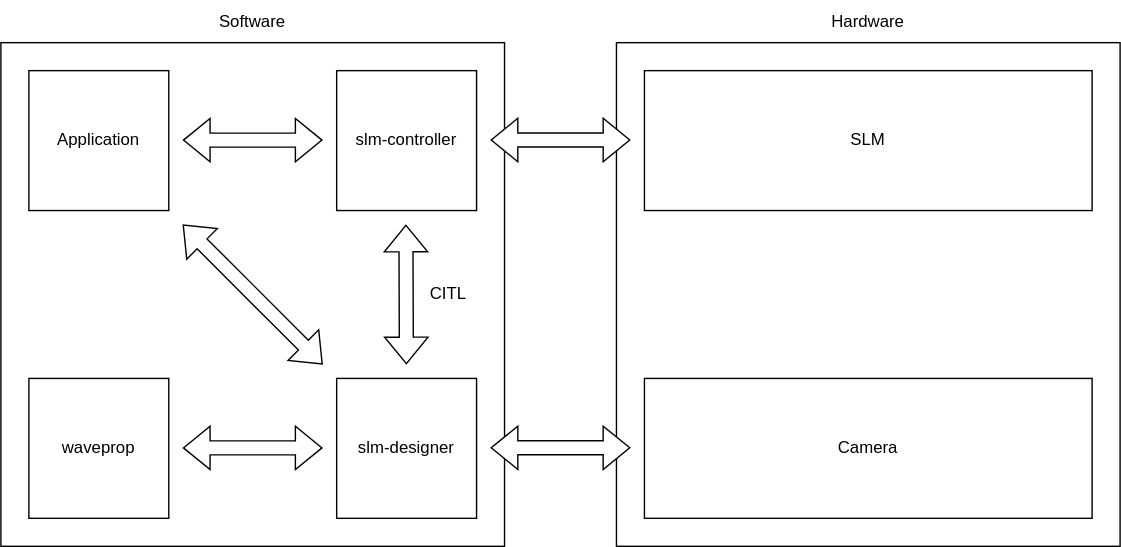
The draw.io diagram documentation/images/structure.svg in nbaehler/mask-designer, before a commit. Source tidied: cells renumbered, new cells last; positions are measured from the earlier drawing's top-left corner, leaving out a move shared by most shapes.
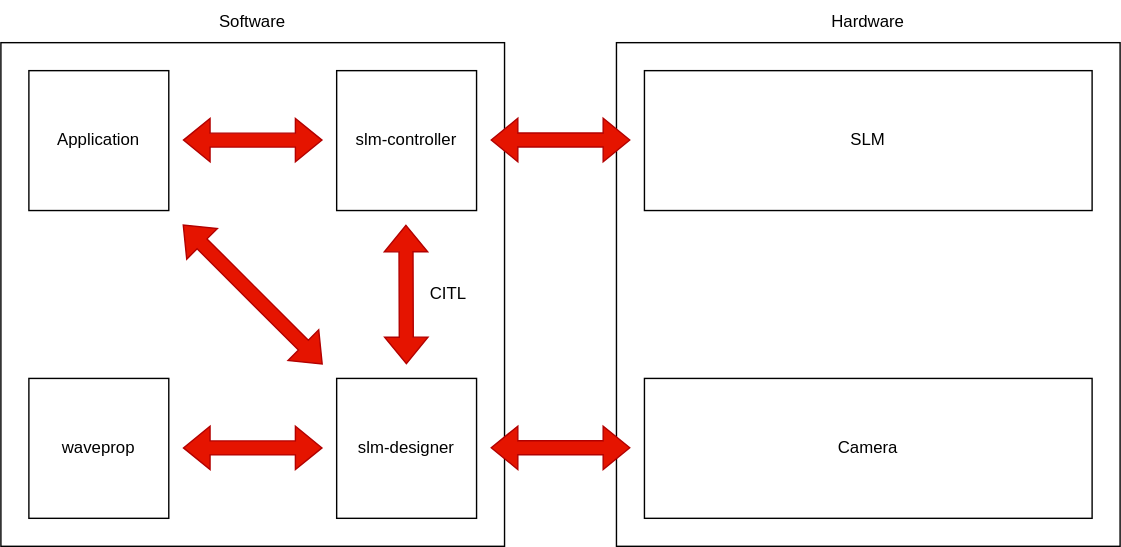
Above is the later version.

Diff of the diagram source:
```diff
@@ -5,25 +5,25 @@
     <mxCell id="2" style="rounded=0;whiteSpace=wrap;html=1;fillColor=none;" parent="1" vertex="1">
       <mxGeometry y="30" width="360" height="360" as="geometry" />
     </mxCell>
-    <mxCell id="3" style="shape=flexArrow;endArrow=classic;startArrow=classic;html=1;rounded=0;fillColor=default;" parent="1" edge="1">
+    <mxCell id="3" style="shape=flexArrow;endArrow=classic;startArrow=classic;html=1;rounded=0;fillColor=#e51400;strokeColor=#B20000;" parent="1" edge="1">
       <mxGeometry relative="1" as="geometry">
         <mxPoint x="289.8" y="260" as="sourcePoint" />
         <mxPoint x="289.5" y="160" as="targetPoint" />
       </mxGeometry>
     </mxCell>
-    <mxCell id="4" style="shape=flexArrow;endArrow=classic;startArrow=classic;html=1;rounded=0;fillColor=default;" parent="1" edge="1">
+    <mxCell id="4" style="shape=flexArrow;endArrow=classic;startArrow=classic;html=1;rounded=0;fillColor=#e51400;strokeColor=#B20000;" parent="1" edge="1">
       <mxGeometry relative="1" as="geometry">
         <mxPoint x="230" y="99.7" as="sourcePoint" />
         <mxPoint x="130" y="99.7" as="targetPoint" />
       </mxGeometry>
     </mxCell>
-    <mxCell id="5" style="shape=flexArrow;endArrow=classic;startArrow=classic;html=1;rounded=0;fillColor=default;" parent="1" edge="1">
+    <mxCell id="5" style="shape=flexArrow;endArrow=classic;startArrow=classic;html=1;rounded=0;fillColor=#e51400;strokeColor=#B20000;" parent="1" edge="1">
       <mxGeometry relative="1" as="geometry">
         <mxPoint x="230" y="319.7" as="sourcePoint" />
         <mxPoint x="130" y="319.7" as="targetPoint" />
       </mxGeometry>
     </mxCell>
-    <mxCell id="6" style="shape=flexArrow;endArrow=classic;startArrow=classic;html=1;rounded=0;fillColor=default;" parent="1" edge="1">
+    <mxCell id="6" style="shape=flexArrow;endArrow=classic;startArrow=classic;html=1;rounded=0;fillColor=#e51400;strokeColor=#B20000;" parent="1" edge="1">
       <mxGeometry relative="1" as="geometry">
         <mxPoint x="230" y="260" as="sourcePoint" />
         <mxPoint x="130" y="160" as="targetPoint" />
@@ -53,13 +53,13 @@
     <mxCell id="14" value="Camera" style="text;html=1;strokeColor=default;fillColor=none;align=center;verticalAlign=middle;whiteSpace=wrap;rounded=0;" parent="1" vertex="1">
       <mxGeometry x="460" y="270" width="320" height="100" as="geometry" />
     </mxCell>
-    <mxCell id="15" style="shape=flexArrow;endArrow=classic;startArrow=classic;html=1;rounded=0;fillColor=default;" parent="1" edge="1">
+    <mxCell id="15" style="shape=flexArrow;endArrow=classic;startArrow=classic;html=1;rounded=0;fillColor=#e51400;strokeColor=#B20000;" parent="1" edge="1">
       <mxGeometry relative="1" as="geometry">
         <mxPoint x="450" y="99.6" as="sourcePoint" />
         <mxPoint x="350" y="99.6" as="targetPoint" />
       </mxGeometry>
     </mxCell>
-    <mxCell id="16" style="shape=flexArrow;endArrow=classic;startArrow=classic;html=1;rounded=0;fillColor=default;" parent="1" edge="1">
+    <mxCell id="16" style="shape=flexArrow;endArrow=classic;startArrow=classic;html=1;rounded=0;fillColor=#e51400;strokeColor=#B20000;" parent="1" edge="1">
       <mxGeometry relative="1" as="geometry">
         <mxPoint x="450" y="319.6" as="sourcePoint" />
         <mxPoint x="350" y="319.6" as="targetPoint" />
```
